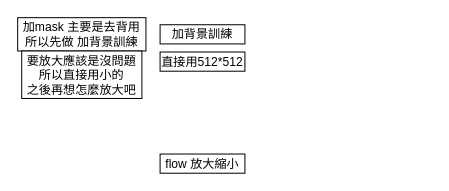
Before: 要做的事情.drawio in KongBOy/kong_model2, a draw.io diagram. Source tidied: cells renumbered, new cells numbered last; positions are measured from the earlier drawing's top-left corner, leaving out a move shared by most shapes. Both pictures are drawn from the tidied source at 101%, with x=0, y=0 at pixel (17, 17).
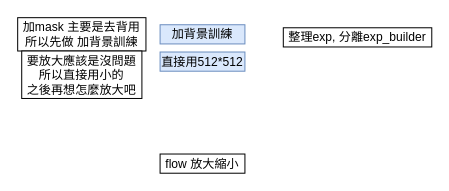
The same page after the edit.

Diff of the diagram source:
```diff
@@
 <mxGraphModel>
   <root>
     <mxCell id="0" />
     <mxCell id="1" parent="0" />
     <mxCell id="2" value="flow 放大縮小" style="rounded=0;whiteSpace=wrap;html=1;" parent="1" vertex="1">
       <mxGeometry x="141" y="135" width="84" height="19" as="geometry" />
     </mxCell>
-    <mxCell id="3" value="加背景訓練" style="rounded=0;whiteSpace=wrap;html=1;" parent="1" vertex="1">
+    <mxCell id="3" value="加背景訓練" style="rounded=0;whiteSpace=wrap;html=1;fillColor=#dae8fc;strokeColor=#6c8ebf;" parent="1" vertex="1">
       <mxGeometry x="141" y="7" width="84" height="19" as="geometry" />
     </mxCell>
-    <mxCell id="4" value="直接用512*512" style="rounded=0;whiteSpace=wrap;html=1;" parent="1" vertex="1">
+    <mxCell id="4" value="直接用512*512" style="rounded=0;whiteSpace=wrap;html=1;fillColor=#dae8fc;strokeColor=#6c8ebf;" parent="1" vertex="1">
       <mxGeometry x="141" y="34" width="84" height="19" as="geometry" />
     </mxCell>
     <mxCell id="5" value="加mask 主要是去背用&lt;br&gt;所以先做 加背景訓練" style="rounded=0;whiteSpace=wrap;html=1;" parent="1" vertex="1">
       <mxGeometry width="127" height="33" as="geometry" />
     </mxCell>
     <mxCell id="6" value="要放大應該是沒問題&lt;br&gt;所以直接用小的&lt;br&gt;之後再想怎麼放大吧" style="rounded=0;whiteSpace=wrap;html=1;" parent="1" vertex="1">
       <mxGeometry x="4" y="33" width="119" height="47" as="geometry" />
     </mxCell>
+    <mxCell id="7" value="整理exp, 分離exp_builder" style="rounded=0;whiteSpace=wrap;html=1;" parent="1" vertex="1">
+      <mxGeometry x="263" y="10" width="147" height="19" as="geometry" />
+    </mxCell>
   </root>
 </mxGraphModel>
```
